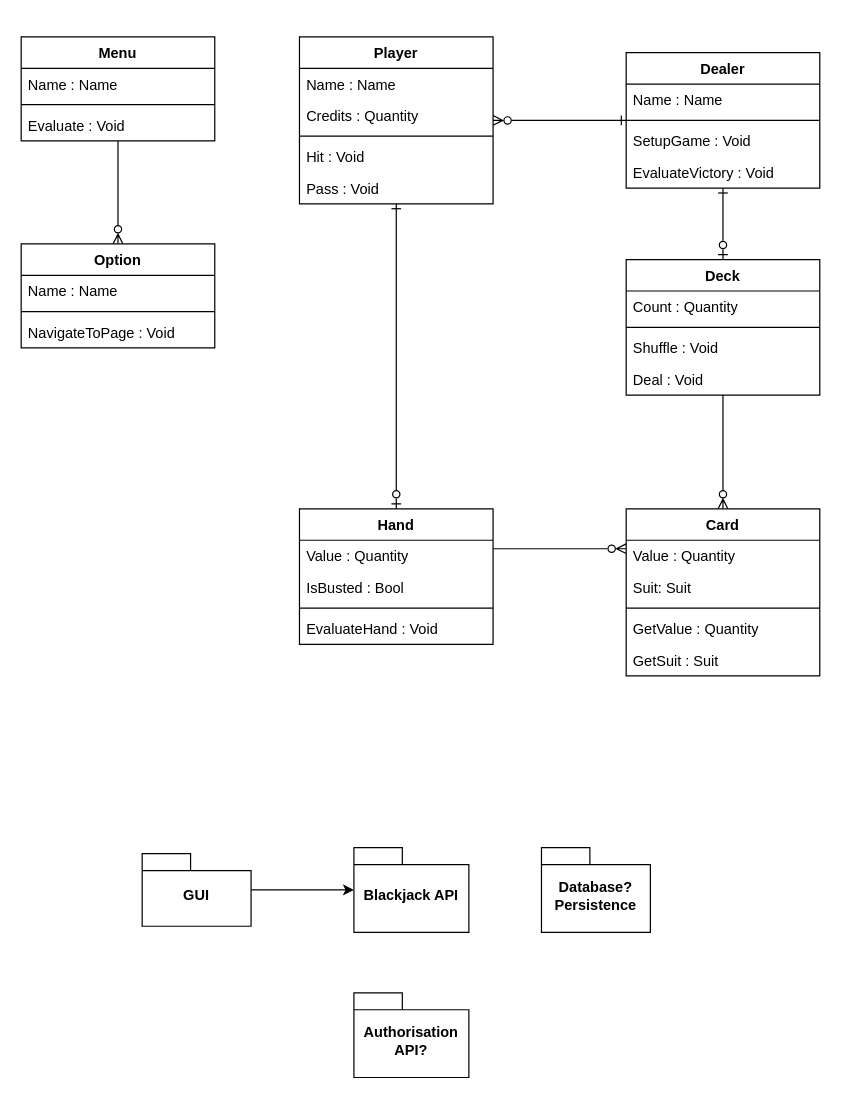
This is Blackjack Classes and Architecture.drawio from SBauns/Blackjack, a draw.io file, before an edit. Source tidied: cells renumbered, new cells numbered last; positions are measured from the earlier drawing's top-left corner, leaving out a move shared by most shapes. Both pictures are drawn from the tidied source at 121%, with x=0, y=0 at pixel (21, 36).
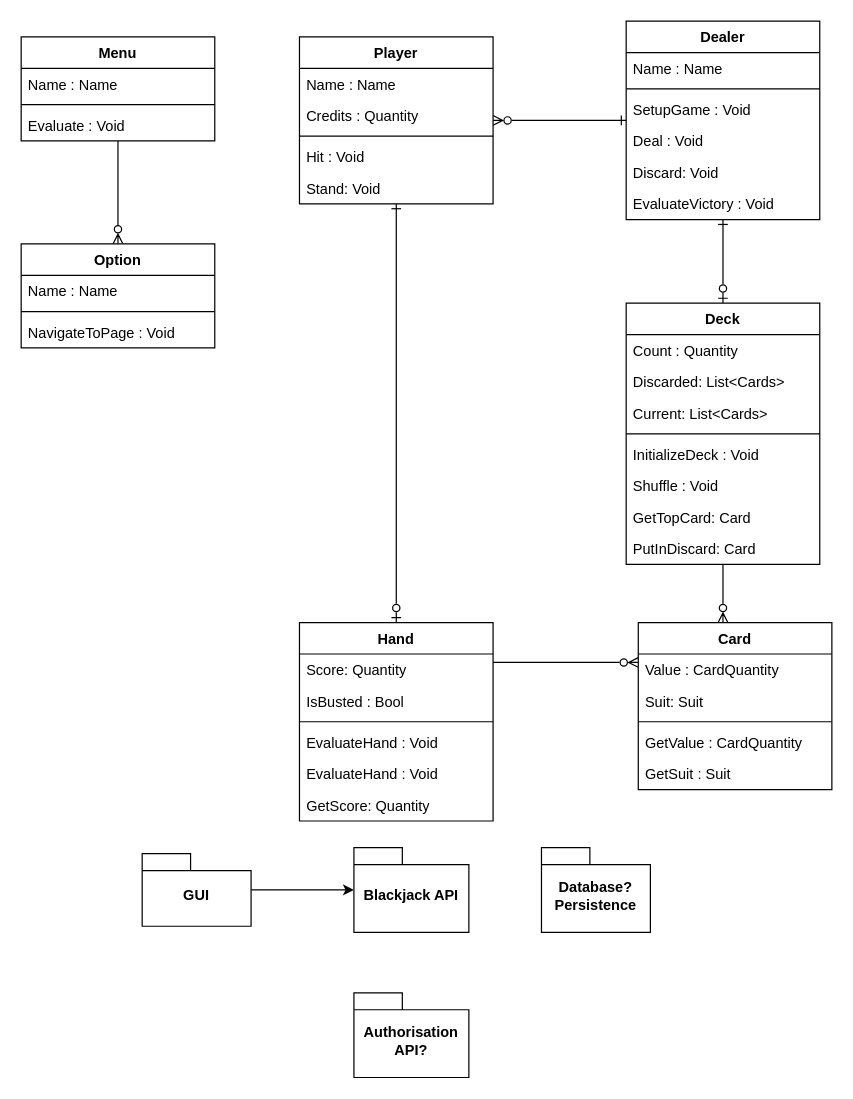
The same diagram, later.

Unchanged cells that the change refers to:
```xml
<mxCell id="21" value="Player" style="swimlane;fontStyle=1;align=center;verticalAlign=top;horizontal=1;startSize=26;whiteSpace=wrap;html=1;" parent="1" vertex="1">
  <mxGeometry x="230" width="160" height="138" as="geometry" />
</mxCell>
```

Change to the diagram source:
```diff
@@
     <mxCell id="2" value="Card" style="swimlane;fontStyle=1;align=center;verticalAlign=top;horizontal=1;startSize=26;whiteSpace=wrap;html=1;" parent="1" vertex="1">
-      <mxGeometry x="500" y="390" width="160" height="138" as="geometry" />
+      <mxGeometry x="510" y="484" width="160" height="138" as="geometry" />
     </mxCell>
-    <mxCell id="3" value="Value : Quantity" style="text;strokeColor=none;fillColor=none;align=left;verticalAlign=top;spacingLeft=4;spacingRight=4;overflow=hidden;whiteSpace=wrap;html=1;" parent="2" vertex="1">
+    <mxCell id="3" value="Value : CardQuantity" style="text;strokeColor=none;fillColor=none;align=left;verticalAlign=top;spacingLeft=4;spacingRight=4;overflow=hidden;whiteSpace=wrap;html=1;" parent="2" vertex="1">
       <mxGeometry y="26" width="160" height="26" as="geometry" />
     </mxCell>
@@
-    <mxCell id="6" value="GetValue : Quantity" style="text;strokeColor=none;fillColor=none;align=left;verticalAlign=top;spacingLeft=4;spacingRight=4;overflow=hidden;whiteSpace=wrap;html=1;" parent="2" vertex="1">
+    <mxCell id="6" value="GetValue : CardQuantity" style="text;strokeColor=none;fillColor=none;align=left;verticalAlign=top;spacingLeft=4;spacingRight=4;overflow=hidden;whiteSpace=wrap;html=1;" parent="2" vertex="1">
       <mxGeometry y="86" width="160" height="26" as="geometry" />
     </mxCell>
@@
     <mxCell id="8" style="edgeStyle=orthogonalEdgeStyle;rounded=0;jettySize=auto;html=1;endArrow=ERzeroToMany;endFill=0;" parent="1" edge="1" source="9" target="2">
       <mxGeometry relative="1" as="geometry">
         <Array as="points">
-          <mxPoint x="520" y="410" />
+          <mxPoint x="580" y="460" />
+          <mxPoint x="580" y="460" />
         </Array>
       </mxGeometry>
     </mxCell>
     <mxCell id="9" value="Deck" style="swimlane;fontStyle=1;align=center;verticalAlign=top;horizontal=1;startSize=26;whiteSpace=wrap;html=1;" parent="1" vertex="1">
-      <mxGeometry x="500" y="184" width="160" height="112" as="geometry" />
+      <mxGeometry x="500" y="220" width="160" height="216" as="geometry" />
     </mxCell>
-    <mxCell id="10" value="Count : Quantity" style="text;strokeColor=none;fillColor=none;align=left;verticalAlign=top;spacingLeft=4;spacingRight=4;overflow=hidden;whiteSpace=wrap;html=1;" parent="9" vertex="1">
+    <mxCell id="10" value="Count : Quantity&lt;div&gt;&lt;br&gt;&lt;/div&gt;" style="text;strokeColor=none;fillColor=none;align=left;verticalAlign=top;spacingLeft=4;spacingRight=4;overflow=hidden;whiteSpace=wrap;html=1;" parent="9" vertex="1">
       <mxGeometry y="26" width="160" height="26" as="geometry" />
     </mxCell>
+    <mxCell id="48" value="Discarded: List&amp;lt;Cards&amp;gt;&lt;div&gt;&lt;br&gt;&lt;/div&gt;" style="text;strokeColor=none;fillColor=none;align=left;verticalAlign=top;spacingLeft=4;spacingRight=4;overflow=hidden;whiteSpace=wrap;html=1;" parent="9" vertex="1">
+      <mxGeometry y="52" width="160" height="26" as="geometry" />
+    </mxCell>
+    <mxCell id="49" value="Current: List&amp;lt;Cards&amp;gt;&lt;div&gt;&lt;br&gt;&lt;/div&gt;" style="text;strokeColor=none;fillColor=none;align=left;verticalAlign=top;spacingLeft=4;spacingRight=4;overflow=hidden;whiteSpace=wrap;html=1;" parent="9" vertex="1">
+      <mxGeometry y="78" width="160" height="26" as="geometry" />
+    </mxCell>
     <mxCell id="11" style="line;strokeWidth=1;fillColor=none;align=left;verticalAlign=middle;spacingTop=-1;spacingLeft=3;spacingRight=3;labelPosition=right;strokeColor=inherit;" parent="9" vertex="1">
-      <mxGeometry y="52" width="160" height="8" as="geometry" />
+      <mxGeometry y="104" width="160" height="8" as="geometry" />
     </mxCell>
+    <mxCell id="50" value="InitializeDeck : Void" style="text;strokeColor=none;fillColor=none;align=left;verticalAlign=top;spacingLeft=4;spacingRight=4;overflow=hidden;whiteSpace=wrap;html=1;" parent="9" vertex="1">
+      <mxGeometry y="112" width="160" height="26" as="geometry" />
+    </mxCell>
     <mxCell id="12" value="Shuffle : Void" style="text;strokeColor=none;fillColor=none;align=left;verticalAlign=top;spacingLeft=4;spacingRight=4;overflow=hidden;whiteSpace=wrap;html=1;" parent="9" vertex="1">
-      <mxGeometry y="60" width="160" height="26" as="geometry" />
+      <mxGeometry y="138" width="160" height="26" as="geometry" />
     </mxCell>
-    <mxCell id="13" value="Deal : Void" style="text;strokeColor=none;fillColor=none;align=left;verticalAlign=top;spacingLeft=4;spacingRight=4;overflow=hidden;whiteSpace=wrap;html=1;" parent="9" vertex="1">
-      <mxGeometry y="86" width="160" height="26" as="geometry" />
-    </mxCell>
+    <mxCell id="51" value="GetTopCard: Card" style="text;strokeColor=none;fillColor=none;align=left;verticalAlign=top;spacingLeft=4;spacingRight=4;overflow=hidden;whiteSpace=wrap;html=1;" parent="9" vertex="1">
+      <mxGeometry y="164" width="160" height="26" as="geometry" />
+    </mxCell>
+    <mxCell id="52" value="PutInDiscard: Card" style="text;strokeColor=none;fillColor=none;align=left;verticalAlign=top;spacingLeft=4;spacingRight=4;overflow=hidden;whiteSpace=wrap;html=1;" parent="9" vertex="1">
+      <mxGeometry y="190" width="160" height="26" as="geometry" />
+    </mxCell>
     <mxCell id="14" style="edgeStyle=orthogonalEdgeStyle;rounded=0;jettySize=auto;html=1;endArrow=ERzeroToMany;endFill=0;" parent="1" edge="1" source="15" target="2">
       <mxGeometry relative="1" as="geometry">
         <Array as="points">
-          <mxPoint x="410" y="423" />
-          <mxPoint x="410" y="423" />
+          <mxPoint x="420" y="517" />
+          <mxPoint x="420" y="517" />
         </Array>
       </mxGeometry>
     </mxCell>
     <mxCell id="15" value="Hand" style="swimlane;fontStyle=1;align=center;verticalAlign=top;horizontal=1;startSize=26;whiteSpace=wrap;html=1;" parent="1" vertex="1">
-      <mxGeometry x="230" y="390" width="160" height="112" as="geometry" />
+      <mxGeometry x="230" y="484" width="160" height="164" as="geometry" />
     </mxCell>
-    <mxCell id="16" value="Value : Quantity" style="text;strokeColor=none;fillColor=none;align=left;verticalAlign=top;spacingLeft=4;spacingRight=4;overflow=hidden;whiteSpace=wrap;html=1;" parent="15" vertex="1">
+    <mxCell id="16" value="Score: Quantity" style="text;strokeColor=none;fillColor=none;align=left;verticalAlign=top;spacingLeft=4;spacingRight=4;overflow=hidden;whiteSpace=wrap;html=1;" parent="15" vertex="1">
       <mxGeometry y="26" width="160" height="26" as="geometry" />
     </mxCell>
@@
+    <mxCell id="53" value="EvaluateHand : Void" style="text;strokeColor=none;fillColor=none;align=left;verticalAlign=top;spacingLeft=4;spacingRight=4;overflow=hidden;whiteSpace=wrap;html=1;" parent="15" vertex="1">
+      <mxGeometry y="86" width="160" height="26" as="geometry" />
+    </mxCell>
+    <mxCell id="54" value="EvaluateHand : Void" style="text;strokeColor=none;fillColor=none;align=left;verticalAlign=top;spacingLeft=4;spacingRight=4;overflow=hidden;whiteSpace=wrap;html=1;" parent="15" vertex="1">
+      <mxGeometry y="112" width="160" height="26" as="geometry" />
+    </mxCell>
-    <mxCell id="19" value="EvaluateHand : Void" style="text;strokeColor=none;fillColor=none;align=left;verticalAlign=top;spacingLeft=4;spacingRight=4;overflow=hidden;whiteSpace=wrap;html=1;" parent="15" vertex="1">
-      <mxGeometry y="86" width="160" height="26" as="geometry" />
+    <mxCell id="19" value="GetScore: Quantity" style="text;strokeColor=none;fillColor=none;align=left;verticalAlign=top;spacingLeft=4;spacingRight=4;overflow=hidden;whiteSpace=wrap;html=1;" parent="15" vertex="1">
+      <mxGeometry y="138" width="160" height="26" as="geometry" />
     </mxCell>
@@
-    <mxCell id="26" value="Pass : Void" style="text;strokeColor=none;fillColor=none;align=left;verticalAlign=top;spacingLeft=4;spacingRight=4;overflow=hidden;whiteSpace=wrap;html=1;" parent="21" vertex="1">
+    <mxCell id="26" value="Stand: Void" style="text;strokeColor=none;fillColor=none;align=left;verticalAlign=top;spacingLeft=4;spacingRight=4;overflow=hidden;whiteSpace=wrap;html=1;" parent="21" vertex="1">
       <mxGeometry y="112" width="160" height="26" as="geometry" />
     </mxCell>
@@
     <mxCell id="38" value="Dealer" style="swimlane;fontStyle=1;align=center;verticalAlign=top;horizontal=1;startSize=26;whiteSpace=wrap;html=1;" parent="1" vertex="1">
-      <mxGeometry x="500" y="13" width="160" height="112" as="geometry" />
+      <mxGeometry x="500" y="-13" width="160" height="164" as="geometry" />
     </mxCell>
@@
+    <mxCell id="55" value="Deal : Void" style="text;strokeColor=none;fillColor=none;align=left;verticalAlign=top;spacingLeft=4;spacingRight=4;overflow=hidden;whiteSpace=wrap;html=1;" parent="38" vertex="1">
+      <mxGeometry y="86" width="160" height="26" as="geometry" />
+    </mxCell>
+    <mxCell id="13" value="Discard: Void" style="text;strokeColor=none;fillColor=none;align=left;verticalAlign=top;spacingLeft=4;spacingRight=4;overflow=hidden;whiteSpace=wrap;html=1;" parent="38" vertex="1">
+      <mxGeometry y="112" width="160" height="26" as="geometry" />
+    </mxCell>
     <mxCell id="42" value="EvaluateVictory : Void" style="text;strokeColor=none;fillColor=none;align=left;verticalAlign=top;spacingLeft=4;spacingRight=4;overflow=hidden;whiteSpace=wrap;html=1;" parent="38" vertex="1">
-      <mxGeometry y="86" width="160" height="26" as="geometry" />
+      <mxGeometry y="138" width="160" height="26" as="geometry" />
     </mxCell>
```
